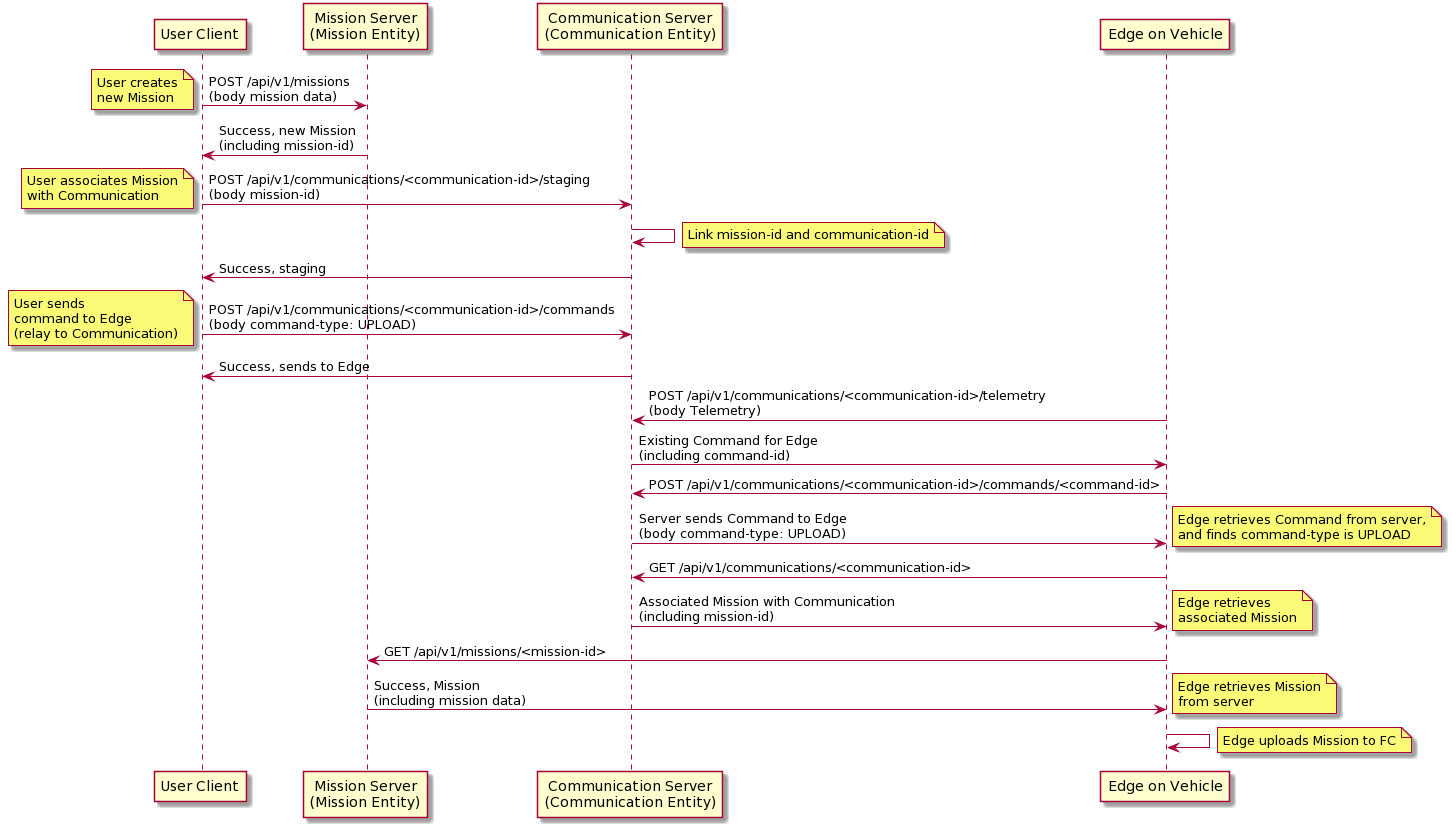
The PlantUML diagram assets/generated/commands_and_mission.png in Tomofiles/skysign_cloud_v2, before a commit.
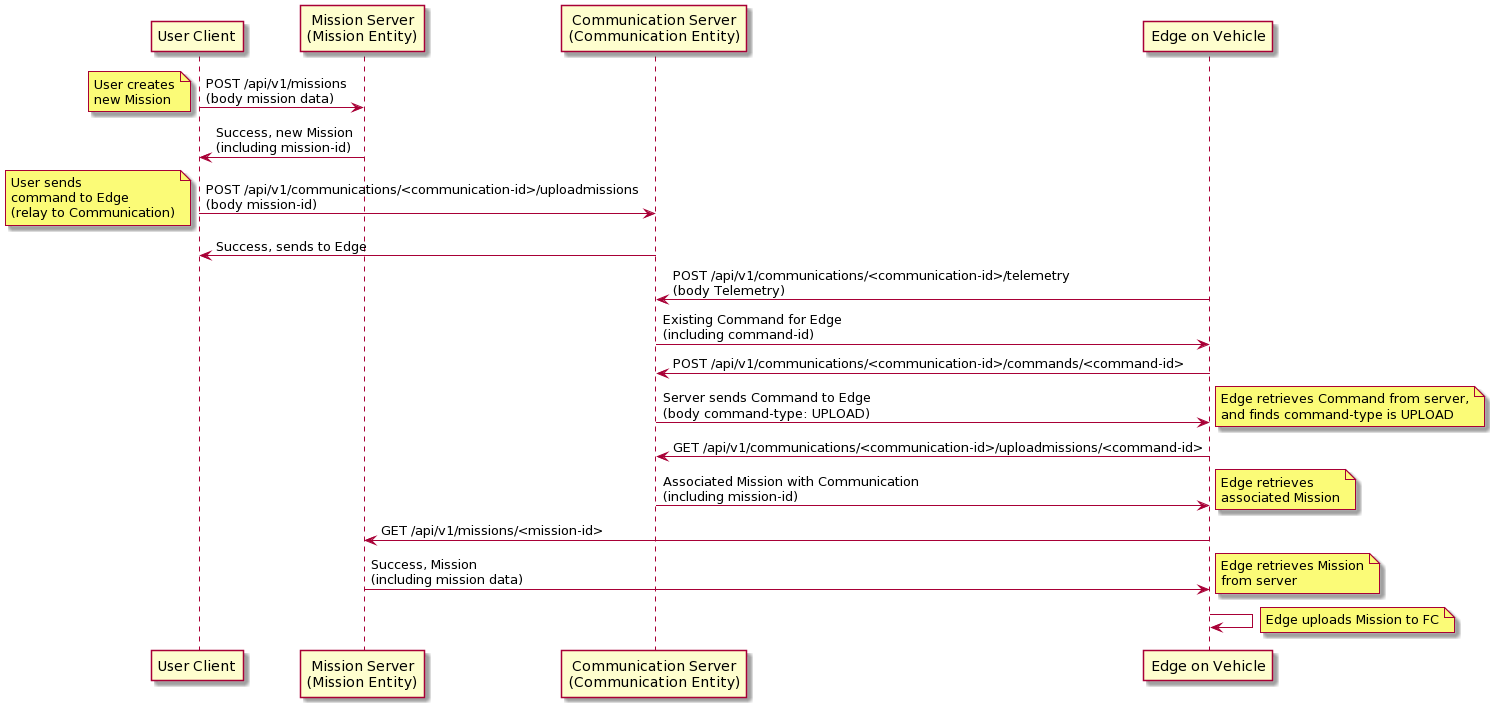
Above is the later version.

Commit message:
CommunicationのAPIの修正に伴うドキュメントの最新化

The edit, as a diff of the source:
```diff
@@ -1,5 +1,4 @@
 @startuml
-
 participant "User Client" as UC
 participant "Mission Server\n(Mission Entity)" as MS
 participant "Communication Server\n(Communication Entity)" as CSC
@@ -8,12 +7,7 @@
 UC -> MS : POST /api/v1/missions\n(body mission data)
 note left: User creates\nnew Mission
 MS -> UC : Success, new Mission\n(including mission-id)
-UC -> CSC : POST /api/v1/communications/<communication-id>/staging\n(body mission-id)
-note left: User associates Mission\nwith Communication
-CSC -> CSC :
-note right: Link mission-id and communication-id
-CSC -> UC : Success, staging
-UC -> CSC : POST /api/v1/communications/<communication-id>/commands\n(body command-type: UPLOAD)
+UC -> CSC : POST /api/v1/communications/<communication-id>/uploadmissions\n(body mission-id)
 note left: User sends\ncommand to Edge\n(relay to Communication)
 CSC -> UC : Success, sends to Edge
 E -> CSC : POST /api/v1/communications/<communication-id>/telemetry\n(body Telemetry)
@@ -21,7 +15,7 @@
 E -> CSC : POST /api/v1/communications/<communication-id>/commands/<command-id>
 CSC -> E : Server sends Command to Edge\n(body command-type: UPLOAD)
 note right: Edge retrieves Command from server,\nand finds command-type is UPLOAD
-E -> CSC : GET /api/v1/communications/<communication-id>
+E -> CSC : GET /api/v1/communications/<communication-id>/uploadmissions/<command-id>
 CSC -> E : Associated Mission with Communication\n(including mission-id)
 note right: Edge retrieves\nassociated Mission
 E -> MS : GET /api/v1/missions/<mission-id>
```
